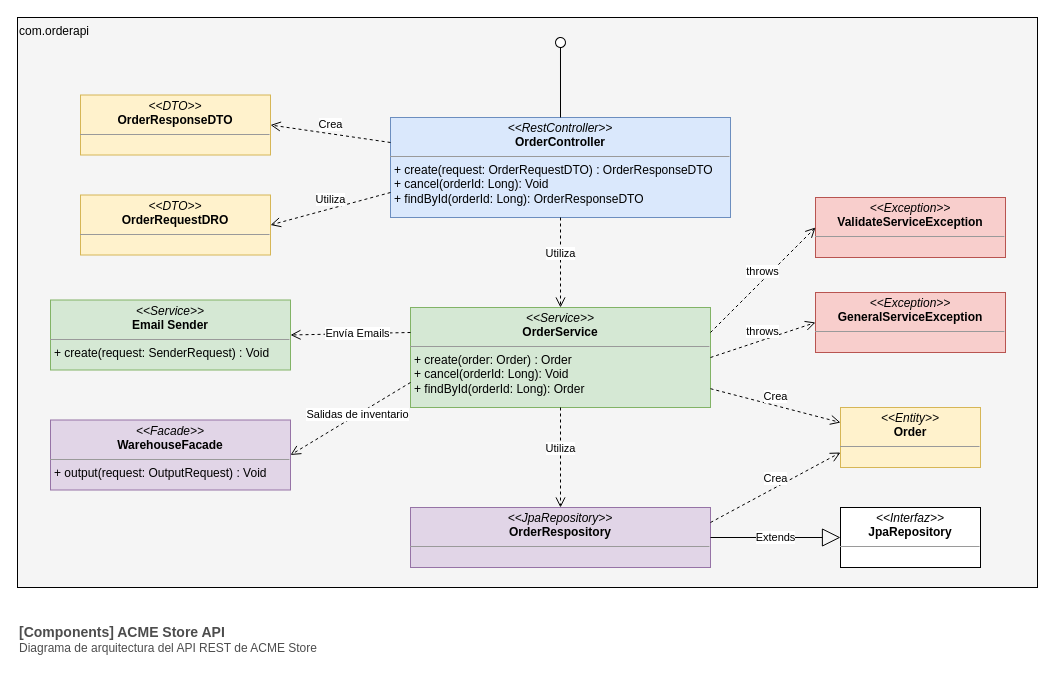
Above: driagramas/examples/clases.drawio in oscarjb1/book-documentacion-agil-de-arquitectura-software (draw.io), before the change. Source tidied: cells renumbered, new cells numbered last; positions are measured from the earlier drawing's top-left corner, leaving out a move shared by most shapes. Both pictures are drawn from the tidied source at 100%, with x=0, y=0 at pixel (17, 17).
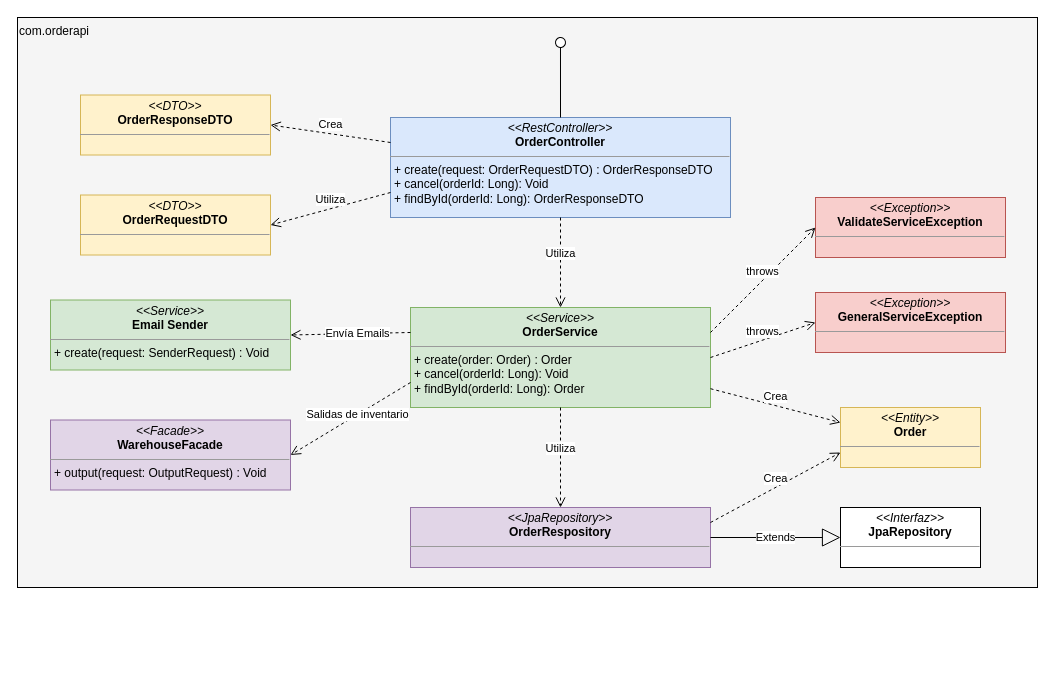
Above is the later version.

The edit, as a diff of the source:
```diff
@@
-    <mxCell id="8" value="&lt;p style=&quot;margin: 0px ; margin-top: 4px ; text-align: center&quot;&gt;&lt;i&gt;&amp;lt;&amp;lt;DTO&amp;gt;&amp;gt;&lt;/i&gt;&lt;br&gt;&lt;b&gt;OrderRequestDRO&lt;/b&gt;&lt;/p&gt;&lt;hr size=&quot;1&quot;&gt;&lt;p style=&quot;margin: 0px ; margin-left: 4px&quot;&gt;&lt;br&gt;&lt;/p&gt;" style="verticalAlign=top;align=left;overflow=fill;fontSize=12;fontFamily=Helvetica;html=1;fillColor=#fff2cc;strokeColor=#d6b656;" parent="1" vertex="1">
+    <mxCell id="8" value="&lt;p style=&quot;margin: 0px ; margin-top: 4px ; text-align: center&quot;&gt;&lt;i&gt;&amp;lt;&amp;lt;DTO&amp;gt;&amp;gt;&lt;/i&gt;&lt;br&gt;&lt;b&gt;OrderRequestDTO&lt;/b&gt;&lt;/p&gt;&lt;hr size=&quot;1&quot;&gt;&lt;p style=&quot;margin: 0px ; margin-left: 4px&quot;&gt;&lt;br&gt;&lt;/p&gt;" style="verticalAlign=top;align=left;overflow=fill;fontSize=12;fontFamily=Helvetica;html=1;fillColor=#fff2cc;strokeColor=#d6b656;" parent="1" vertex="1">
       <mxGeometry x="63" y="177.5" width="190" height="60" as="geometry" />
     </mxCell>
@@
-    <object id="29" label="&lt;div&gt;&lt;font color=&quot;#4D4D4D&quot;&gt;&lt;b&gt;&lt;font style=&quot;font-size: 14px&quot;&gt;[Components] %A_C3_DIAGRAM_NAME%&lt;br&gt;&lt;/font&gt;&lt;/b&gt;&lt;/font&gt;&lt;/div&gt;&lt;div&gt;&lt;font style=&quot;font-size: 12px&quot; color=&quot;#4D4D4D&quot;&gt;%B_C3_DIAGRAM_DESCRIPTION%&lt;br&gt;&lt;/font&gt;&lt;/div&gt;" A_C3_DIAGRAM_NAME="ACME Store API" B_C3_DIAGRAM_DESCRIPTION="Diagrama de arquitectura del API REST de ACME Store" placeholders="1">
-      <mxCell style="text;html=1;strokeColor=none;fillColor=none;align=left;verticalAlign=top;whiteSpace=wrap;rounded=0;" parent="1" vertex="1">
-        <mxGeometry y="600" width="390" height="40" as="geometry" />
-      </mxCell>
-    </object>
```
